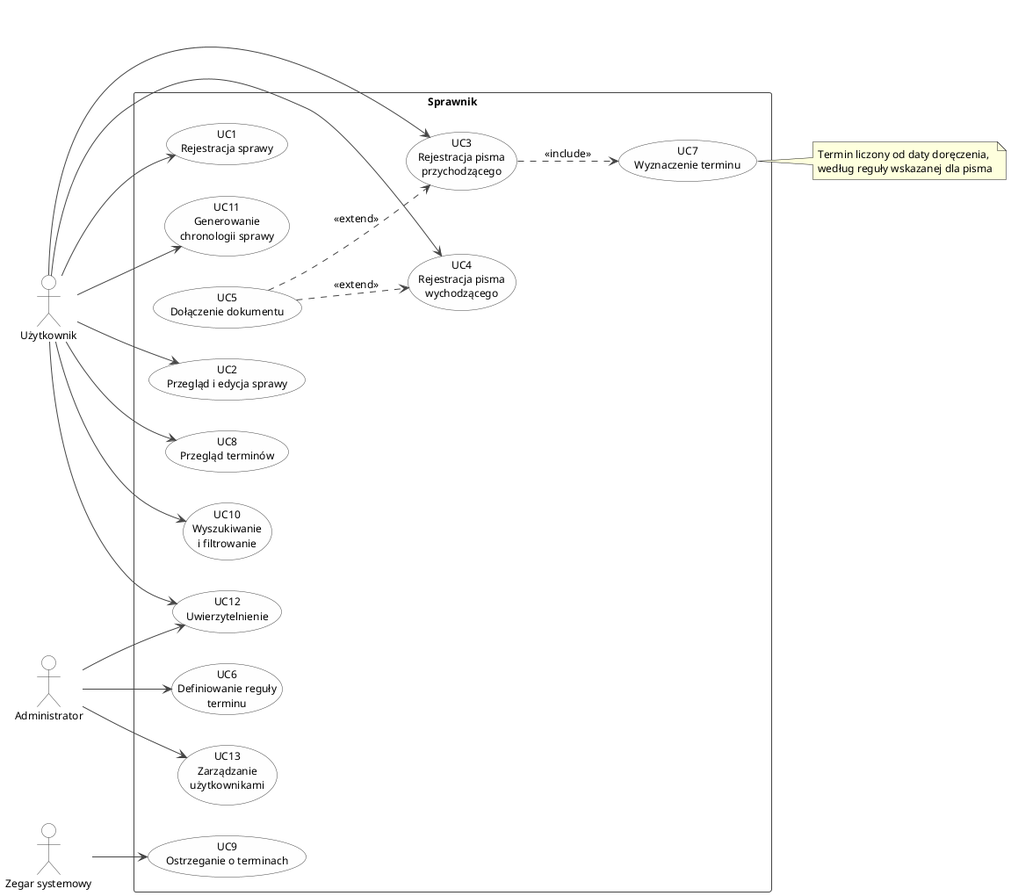
adminroan24/sprawnik keeps this PlantUML diagram as docs/diagramy/przypadki-uzycia.png. Above is the earlier version. The source it was exported from:
```plantuml
@startuml przypadki-uzycia
left to right direction
skinparam backgroundColor white
skinparam shadowing false
skinparam defaultFontName Sans
skinparam defaultFontSize 12
skinparam usecase {
  BackgroundColor #FEFEFE
  BorderColor #444444
  ArrowColor #444444
}
skinparam actor {
  BackgroundColor #FEFEFE
  BorderColor #444444
}
skinparam rectangle {
  BorderColor #444444
  FontStyle bold
}

actor "Użytkownik" as U
actor "Administrator" as A
actor "Zegar systemowy" as Z

rectangle "Sprawnik" {
  usecase "UC1\nRejestracja sprawy" as UC1
  usecase "UC2\nPrzegląd i edycja sprawy" as UC2
  usecase "UC3\nRejestracja pisma\nprzychodzącego" as UC3
  usecase "UC4\nRejestracja pisma\nwychodzącego" as UC4
  usecase "UC5\nDołączenie dokumentu" as UC5
  usecase "UC6\nDefiniowanie reguły\nterminu" as UC6
  usecase "UC7\nWyznaczenie terminu" as UC7
  usecase "UC8\nPrzegląd terminów" as UC8
  usecase "UC9\nOstrzeganie o terminach" as UC9
  usecase "UC10\nWyszukiwanie\ni filtrowanie" as UC10
  usecase "UC11\nGenerowanie\nchronologii sprawy" as UC11
  usecase "UC12\nUwierzytelnienie" as UC12
  usecase "UC13\nZarządzanie\nużytkownikami" as UC13
}

U --> UC1
U --> UC2
U --> UC3
U --> UC4
U --> UC8
U --> UC10
U --> UC11
U --> UC12

A --> UC6
A --> UC13
A --> UC12

Z --> UC9

UC3 ..> UC7 : <<include>>

UC5 ..> UC3 : <<extend>>
UC5 ..> UC4 : <<extend>>

note right of UC7
  Termin liczony od daty doręczenia,
  według reguły wskazanej dla pisma
end note

@enduml
```
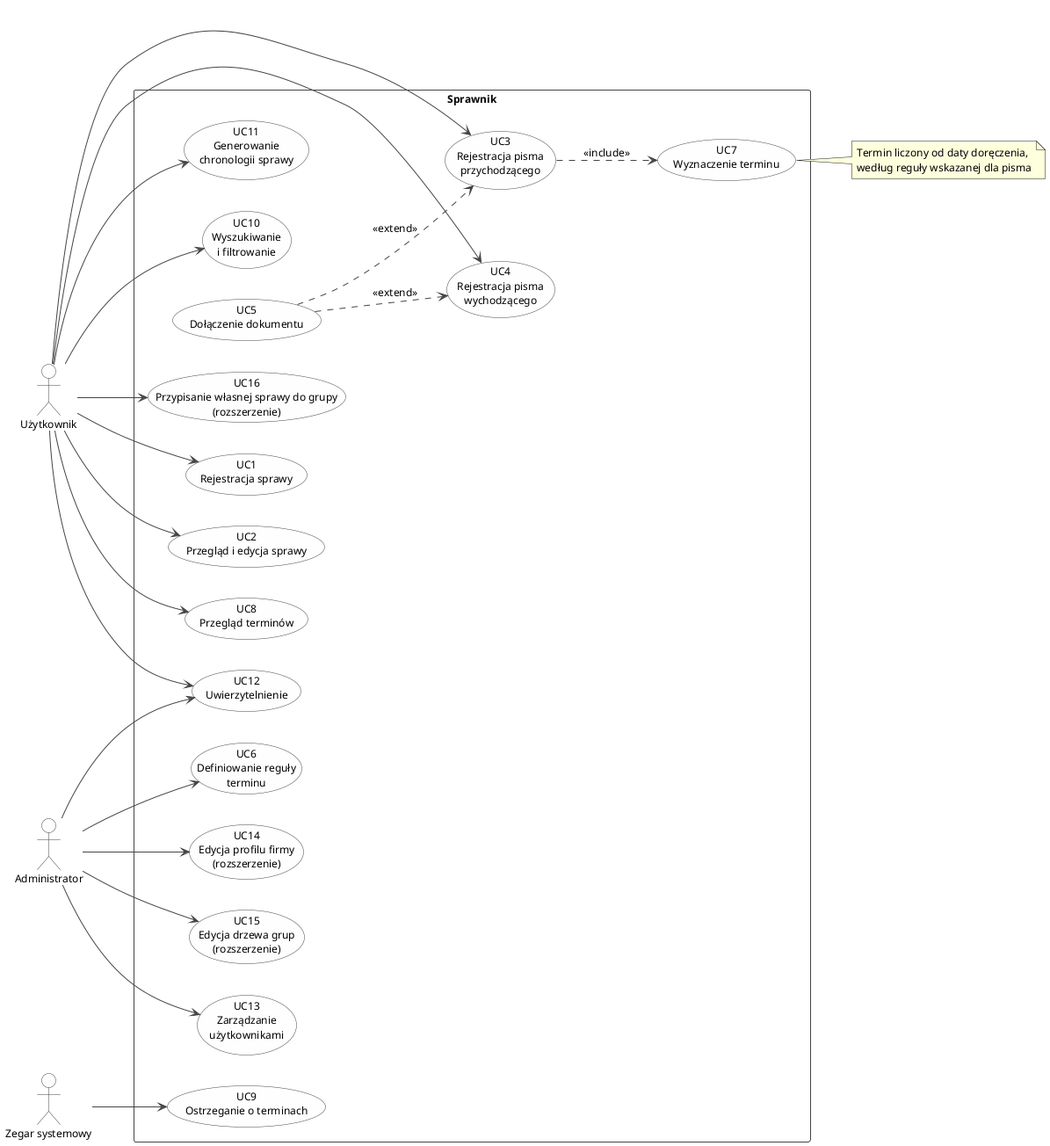
After the commit.

Change to the diagram source:
```diff
@@ -35,10 +35,14 @@
   usecase "UC10\nWyszukiwanie\ni filtrowanie" as UC10
   usecase "UC11\nGenerowanie\nchronologii sprawy" as UC11
   usecase "UC12\nUwierzytelnienie" as UC12
+  usecase "UC14\nEdycja profilu firmy\n(rozszerzenie)" as UC14
+  usecase "UC15\nEdycja drzewa grup\n(rozszerzenie)" as UC15
+  usecase "UC16\nPrzypisanie własnej sprawy do grupy\n(rozszerzenie)" as UC16
   usecase "UC13\nZarządzanie\nużytkownikami" as UC13
 }
 
 U --> UC1
+U --> UC16
 U --> UC2
 U --> UC3
 U --> UC4
@@ -48,6 +52,8 @@
 U --> UC12
 
 A --> UC6
+A --> UC14
+A --> UC15
 A --> UC13
 A --> UC12
 
```
